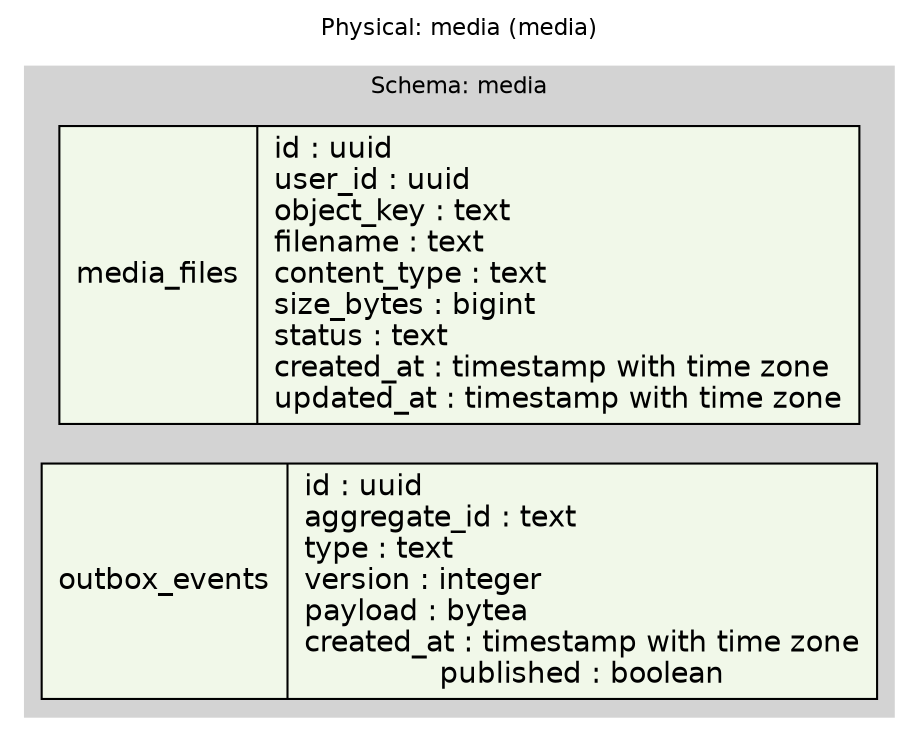
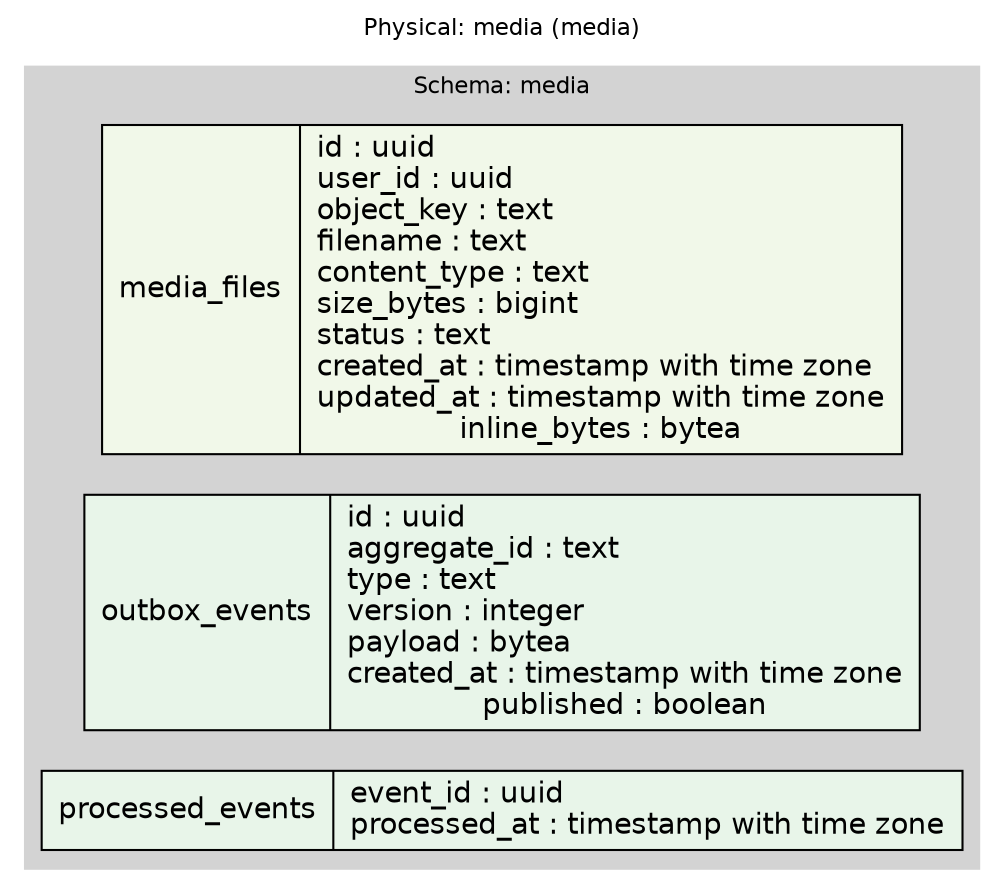
digraph physical {
  // Shared visual system — include inside digraph { } after the opening line.
  graph [fontname="Helvetica", fontsize=11];
  node [fontname="Helvetica"];
  edge [fontname="Helvetica", fontsize=9];
  graph [rankdir=LR, fontsize=11, label="Physical: media (media)", labelloc=t];
  node [shape=record, fontname="Helvetica"];
  edge [fontname="Helvetica", fontsize=8];

  subgraph cluster_media {
    style=filled;
    color=lightgrey;
    label="Schema: media";
-     "media_media_files" [label="{media_files|id : uuid\luser_id : uuid\lobject_key : text\lfilename : text\lcontent_type : text\lsize_bytes : bigint\lstatus : text\lcreated_at : timestamp with time zone\lupdated_at : timestamp with time zone}", style=filled, fillcolor="#f1f8e9"];
-     "media_outbox_events" [label="{outbox_events|id : uuid\laggregate_id : text\ltype : text\lversion : integer\lpayload : bytea\lcreated_at : timestamp with time zone\lpublished : boolean}", style=filled, fillcolor="#f1f8e9"];
+     "media_media_files" [label="{media_files|id : uuid\luser_id : uuid\lobject_key : text\lfilename : text\lcontent_type : text\lsize_bytes : bigint\lstatus : text\lcreated_at : timestamp with time zone\lupdated_at : timestamp with time zone\linline_bytes : bytea}", style=filled, fillcolor="#f1f8e9"];
+     "media_outbox_events" [label="{outbox_events|id : uuid\laggregate_id : text\ltype : text\lversion : integer\lpayload : bytea\lcreated_at : timestamp with time zone\lpublished : boolean}", style=filled, fillcolor="#e8f5e9"];
+     "media_processed_events" [label="{processed_events|event_id : uuid\lprocessed_at : timestamp with time zone}", style=filled, fillcolor="#e8f5e9"];
  }

}
